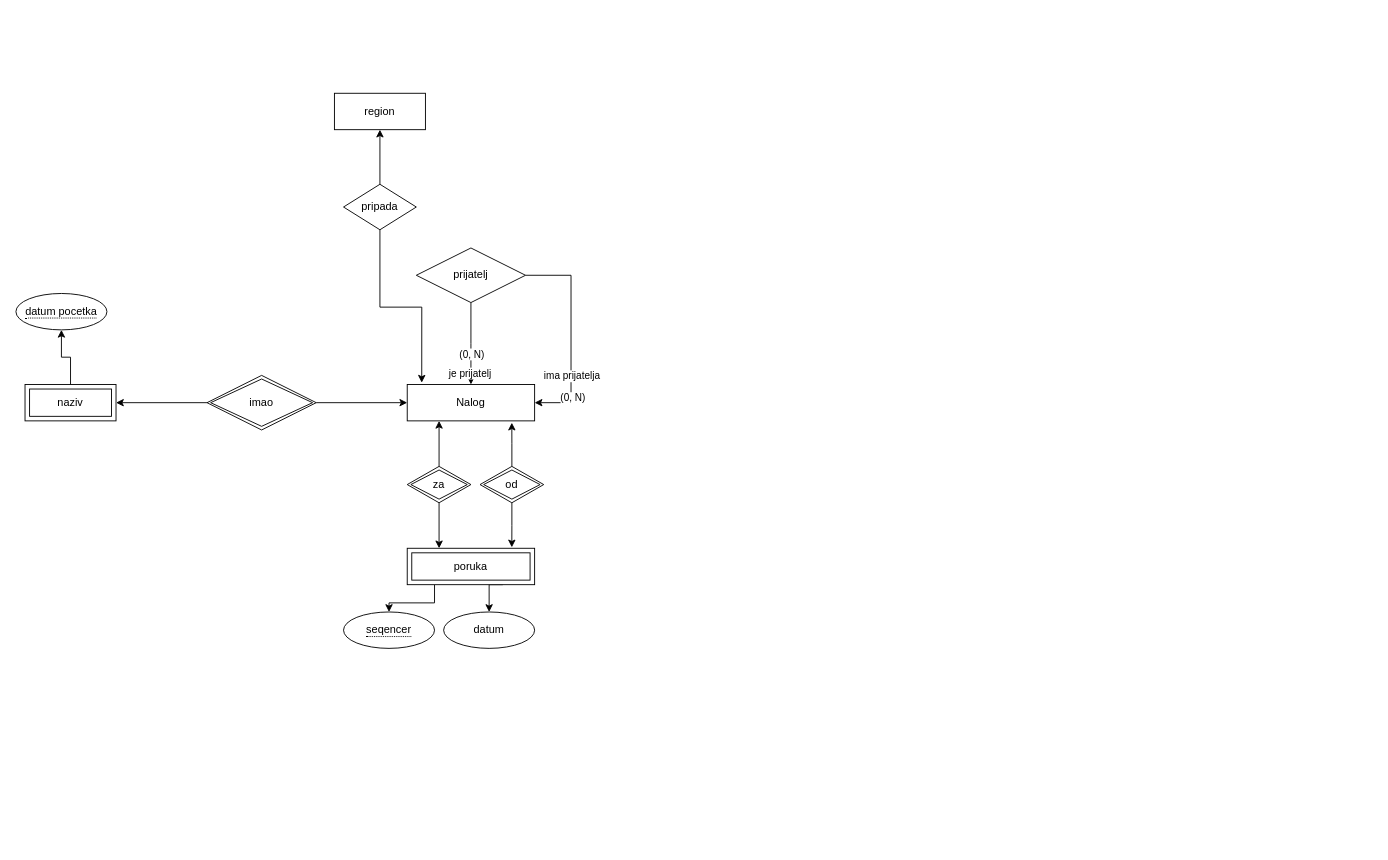
The draw.io diagram Untitled Diagram.drawio in BulatovicBalsa/lol-er-model, before the edit. Source tidied: cells renumbered, new cells numbered last; positions are measured from the earlier drawing's top-left corner, leaving out a move shared by most shapes. Both pictures are drawn from the tidied source at 91%, with x=0, y=0 at pixel (15, 93).
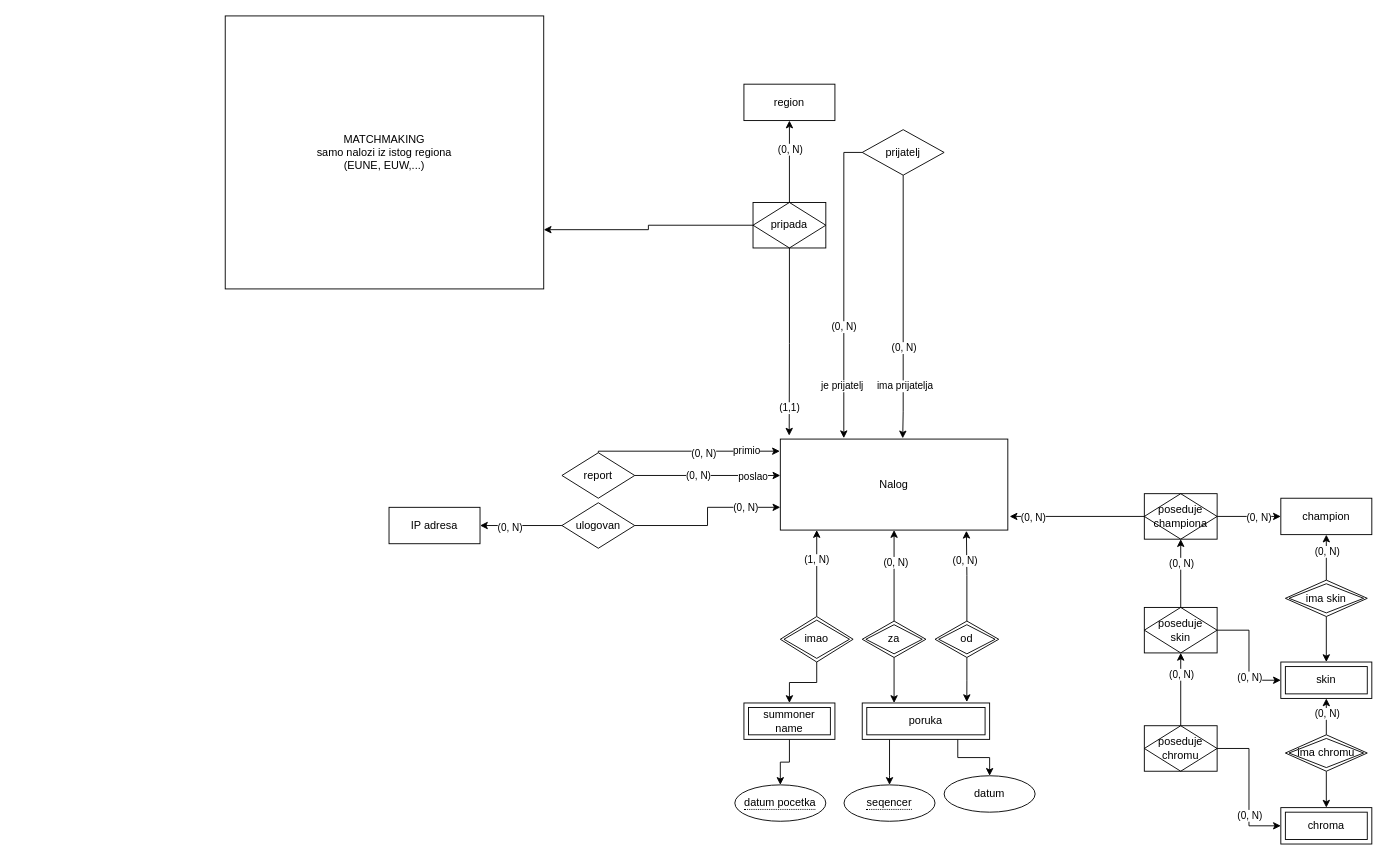
The same page after the edit.

What changed in the source:
```diff
@@
     <mxCell id="2" value="Nalog" style="whiteSpace=wrap;html=1;align=center;" parent="1" vertex="1">
-      <mxGeometry x="430" y="320" width="140" height="40" as="geometry" />
+      <mxGeometry x="840" y="380" width="250" height="100" as="geometry" />
     </mxCell>
-    <mxCell id="3" style="edgeStyle=orthogonalEdgeStyle;rounded=0;jettySize=auto;html=1;entryX=1;entryY=0.5;entryDx=0;entryDy=0;exitX=1;exitY=0.5;exitDx=0;exitDy=0;" parent="1" edge="1" source="9" target="2">
+    <mxCell id="3" style="edgeStyle=orthogonalEdgeStyle;rounded=0;jettySize=auto;html=1;exitX=0.5;exitY=1;exitDx=0;exitDy=0;entryX=0.538;entryY=-0.008;entryDx=0;entryDy=0;entryPerimeter=0;" parent="1" edge="1" source="9" target="2">
       <mxGeometry relative="1" as="geometry">
         <Array as="points">
-          <mxPoint x="610" y="200" />
-          <mxPoint x="610" y="340" />
+          <mxPoint x="975" y="350" />
         </Array>
       </mxGeometry>
     </mxCell>
-    <mxCell id="4" value="ima prijatelja" style="edgeLabel;html=1;align=center;verticalAlign=middle;" parent="3" vertex="1">
-      <mxGeometry x="0.39" relative="1" as="geometry" />
+    <mxCell id="4" value="(0, N)" style="edgeLabel;html=1;align=center;verticalAlign=middle;" parent="3" vertex="1">
+      <mxGeometry x="0.39" relative="1" as="geometry">
+        <mxPoint y="-12" as="offset" />
+      </mxGeometry>
     </mxCell>
-    <mxCell id="5" value="(0, N)" style="edgeLabel;html=1;align=center;verticalAlign=middle;" parent="3" vertex="1">
+    <mxCell id="5" value="ima prijatelja" style="edgeLabel;html=1;align=center;verticalAlign=middle;" parent="3" vertex="1">
       <mxGeometry x="0.6" y="1" relative="1" as="geometry" />
     </mxCell>
-    <mxCell id="6" style="edgeStyle=orthogonalEdgeStyle;rounded=0;jettySize=auto;html=1;exitX=0.5;exitY=1;exitDx=0;exitDy=0;entryX=0.5;entryY=0;entryDx=0;entryDy=0;" parent="1" edge="1" source="9">
+    <mxCell id="6" style="edgeStyle=orthogonalEdgeStyle;rounded=0;jettySize=auto;html=1;exitX=0;exitY=0.5;exitDx=0;exitDy=0;entryX=0.279;entryY=-0.01;entryDx=0;entryDy=0;entryPerimeter=0;" parent="1" edge="1" source="9" target="2">
       <mxGeometry relative="1" as="geometry">
-        <mxPoint x="500" y="320" as="targetPoint" />
+        <Array as="points">
+          <mxPoint x="910" y="65" />
+        </Array>
       </mxGeometry>
     </mxCell>
     <mxCell id="7" value="je prijatelj" style="edgeLabel;html=1;align=center;verticalAlign=middle;" parent="6" vertex="1">
-      <mxGeometry x="0.73" y="-2" relative="1" as="geometry" />
+      <mxGeometry x="0.73" y="-2" relative="1" as="geometry">
+        <mxPoint y="-12" as="offset" />
+      </mxGeometry>
     </mxCell>
@@
     <mxCell id="9" value="prijatelj" style="shape=rhombus;perimeter=rhombusPerimeter;whiteSpace=wrap;html=1;align=center;" parent="1" vertex="1">
-      <mxGeometry x="440" y="170" width="120" height="60" as="geometry" />
+      <mxGeometry x="930" y="40" width="90" height="50" as="geometry" />
     </mxCell>
-    <mxCell id="10" style="edgeStyle=orthogonalEdgeStyle;rounded=0;jettySize=auto;html=1;entryX=0.25;entryY=1;entryDx=0;entryDy=0;" parent="1" edge="1" source="12" target="2">
+    <mxCell id="10" style="edgeStyle=orthogonalEdgeStyle;rounded=0;jettySize=auto;html=1;entryX=0.5;entryY=1;entryDx=0;entryDy=0;" parent="1" edge="1" source="12" target="2">
       <mxGeometry relative="1" as="geometry" />
     </mxCell>
+    <mxCell id="31" value="(0, N)" style="edgeLabel;html=1;align=center;verticalAlign=middle;" parent="10" vertex="1">
+      <mxGeometry x="0.3" y="-1" relative="1" as="geometry" />
+    </mxCell>
@@
     <mxCell id="12" value="za" style="shape=rhombus;double=1;perimeter=rhombusPerimeter;whiteSpace=wrap;html=1;align=center;" parent="1" vertex="1">
-      <mxGeometry x="430" y="410" width="70" height="40" as="geometry" />
+      <mxGeometry x="930" y="580" width="70" height="40" as="geometry" />
     </mxCell>
-    <mxCell id="13" style="edgeStyle=orthogonalEdgeStyle;rounded=0;jettySize=auto;html=1;entryX=0.821;entryY=1.05;entryDx=0;entryDy=0;entryPerimeter=0;" parent="1" edge="1" source="15" target="2">
+    <mxCell id="13" style="edgeStyle=orthogonalEdgeStyle;rounded=0;jettySize=auto;html=1;entryX=0.818;entryY=1.008;entryDx=0;entryDy=0;entryPerimeter=0;" parent="1" edge="1" source="15" target="2">
       <mxGeometry relative="1" as="geometry" />
     </mxCell>
+    <mxCell id="32" value="(0, N)" style="edgeLabel;html=1;align=center;verticalAlign=middle;" parent="13" vertex="1">
+      <mxGeometry x="0.35" y="2" relative="1" as="geometry" />
+    </mxCell>
@@
     <mxCell id="15" value="od" style="shape=rhombus;double=1;perimeter=rhombusPerimeter;whiteSpace=wrap;html=1;align=center;" parent="1" vertex="1">
-      <mxGeometry x="510" y="410" width="70" height="40" as="geometry" />
+      <mxGeometry x="1010" y="580" width="70" height="40" as="geometry" />
     </mxCell>
     <mxCell id="16" style="edgeStyle=orthogonalEdgeStyle;rounded=0;jettySize=auto;html=1;entryX=0.5;entryY=0;entryDx=0;entryDy=0;" parent="1" edge="1" source="18" target="19">
       <mxGeometry relative="1" as="geometry">
         <Array as="points">
-          <mxPoint x="460" y="560" />
-          <mxPoint x="410" y="560" />
+          <mxPoint x="960" y="750" />
+          <mxPoint x="960" y="750" />
         </Array>
       </mxGeometry>
     </mxCell>
@@
     <mxCell id="18" value="poruka" style="shape=ext;margin=3;double=1;whiteSpace=wrap;html=1;align=center;" parent="1" vertex="1">
-      <mxGeometry x="430" y="500" width="140" height="40" as="geometry" />
+      <mxGeometry x="930" y="670" width="140" height="40" as="geometry" />
     </mxCell>
     <mxCell id="19" value="&lt;span style=&quot;border-bottom: 1px dotted&quot;&gt;seqencer&lt;/span&gt;" style="ellipse;whiteSpace=wrap;html=1;align=center;" parent="1" vertex="1">
-      <mxGeometry x="360" y="570" width="100" height="40" as="geometry" />
+      <mxGeometry x="910" y="760" width="100" height="40" as="geometry" />
     </mxCell>
     <mxCell id="20" value="datum" style="ellipse;whiteSpace=wrap;html=1;align=center;" parent="1" vertex="1">
-      <mxGeometry x="470" y="570" width="100" height="40" as="geometry" />
+      <mxGeometry x="1020" y="750" width="100" height="40" as="geometry" />
     </mxCell>
-    <mxCell id="21" style="edgeStyle=orthogonalEdgeStyle;rounded=0;jettySize=auto;html=1;" parent="1" edge="1" source="23" target="2">
-      <mxGeometry relative="1" as="geometry" />
-    </mxCell>
-    <mxCell id="22" style="edgeStyle=orthogonalEdgeStyle;rounded=0;jettySize=auto;html=1;" parent="1" edge="1" source="23" target="25">
-      <mxGeometry relative="1" as="geometry" />
-    </mxCell>
-    <mxCell id="23" value="imao" style="shape=rhombus;double=1;perimeter=rhombusPerimeter;whiteSpace=wrap;html=1;align=center;" parent="1" vertex="1">
-      <mxGeometry x="210" y="310" width="120" height="60" as="geometry" />
-    </mxCell>
-    <mxCell id="24" style="edgeStyle=orthogonalEdgeStyle;rounded=0;jettySize=auto;html=1;" parent="1" edge="1" source="25" target="26">
-      <mxGeometry relative="1" as="geometry" />
-    </mxCell>
-    <mxCell id="25" value="naziv" style="shape=ext;margin=3;double=1;whiteSpace=wrap;html=1;align=center;" parent="1" vertex="1">
-      <mxGeometry x="10" y="320" width="100" height="40" as="geometry" />
-    </mxCell>
-    <mxCell id="26" value="&lt;span style=&quot;border-bottom: 1px dotted&quot;&gt;datum pocetka&lt;/span&gt;" style="ellipse;whiteSpace=wrap;html=1;align=center;" parent="1" vertex="1">
-      <mxGeometry y="220" width="100" height="40" as="geometry" />
-    </mxCell>
     <mxCell id="27" value="region" style="whiteSpace=wrap;html=1;align=center;" parent="1" vertex="1">
-      <mxGeometry x="350" width="100" height="40" as="geometry" />
+      <mxGeometry x="800" y="-10" width="100" height="40" as="geometry" />
     </mxCell>
-    <mxCell id="28" style="edgeStyle=orthogonalEdgeStyle;rounded=0;jettySize=auto;html=1;" parent="1" edge="1" source="30" target="27">
+    <mxCell id="28" style="edgeStyle=orthogonalEdgeStyle;rounded=0;jettySize=auto;html=1;exitX=0.5;exitY=0;exitDx=0;exitDy=0;exitPerimeter=0;" parent="1" edge="1" source="30" target="27">
       <mxGeometry relative="1" as="geometry" />
     </mxCell>
+    <mxCell id="33" value="(0, N)" style="edgeLabel;html=1;align=center;verticalAlign=middle;" parent="28" vertex="1">
+      <mxGeometry x="0.3" y="2" relative="1" as="geometry">
+        <mxPoint x="2" as="offset" />
+      </mxGeometry>
+    </mxCell>
-    <mxCell id="29" style="edgeStyle=orthogonalEdgeStyle;rounded=0;jettySize=auto;html=1;entryX=0.114;entryY=-0.05;entryDx=0;entryDy=0;entryPerimeter=0;" parent="1" edge="1" source="30" target="2">
+    <mxCell id="29" style="edgeStyle=orthogonalEdgeStyle;rounded=0;jettySize=auto;html=1;exitX=0.5;exitY=1;exitDx=0;exitDy=0;entryX=0.039;entryY=-0.038;entryDx=0;entryDy=0;entryPerimeter=0;" parent="1" edge="1" source="30" target="2">
       <mxGeometry relative="1" as="geometry" />
     </mxCell>
+    <mxCell id="34" value="(1,1)" style="edgeLabel;html=1;align=center;verticalAlign=middle;" parent="29" vertex="1">
+      <mxGeometry x="0.71" relative="1" as="geometry" />
+    </mxCell>
+    <mxCell id="35" style="edgeStyle=orthogonalEdgeStyle;rounded=0;jettySize=auto;html=1;entryX=0;entryY=0.5;entryDx=0;entryDy=0;exitX=1;exitY=0.5;exitDx=0;exitDy=0;" parent="1" edge="1" source="52" target="37">
+      <mxGeometry relative="1" as="geometry" />
+    </mxCell>
+    <mxCell id="36" value="(0, N)" style="edgeLabel;html=1;align=center;verticalAlign=middle;" parent="35" vertex="1">
+      <mxGeometry x="0.29" relative="1" as="geometry" />
+    </mxCell>
+    <mxCell id="37" value="champion" style="whiteSpace=wrap;html=1;align=center;" parent="1" vertex="1">
+      <mxGeometry x="1390" y="445" width="100" height="40" as="geometry" />
+    </mxCell>
+    <mxCell id="38" style="edgeStyle=orthogonalEdgeStyle;rounded=0;jettySize=auto;html=1;" parent="1" edge="1" source="41" target="37">
+      <mxGeometry relative="1" as="geometry" />
+    </mxCell>
+    <mxCell id="39" value="(0, N)" style="edgeLabel;html=1;align=center;verticalAlign=middle;" parent="38" vertex="1">
+      <mxGeometry x="0.28" relative="1" as="geometry" />
+    </mxCell>
+    <mxCell id="40" style="edgeStyle=orthogonalEdgeStyle;rounded=0;jettySize=auto;html=1;" parent="1" edge="1" source="41" target="42">
+      <mxGeometry relative="1" as="geometry" />
+    </mxCell>
+    <mxCell id="41" value="ima skin" style="shape=rhombus;double=1;perimeter=rhombusPerimeter;whiteSpace=wrap;html=1;align=center;" parent="1" vertex="1">
+      <mxGeometry x="1395" y="535" width="90" height="40" as="geometry" />
+    </mxCell>
+    <mxCell id="42" value="skin" style="shape=ext;margin=3;double=1;whiteSpace=wrap;html=1;align=center;" parent="1" vertex="1">
+      <mxGeometry x="1390" y="625" width="100" height="40" as="geometry" />
+    </mxCell>
+    <mxCell id="43" style="edgeStyle=orthogonalEdgeStyle;rounded=0;jettySize=auto;html=1;entryX=0.5;entryY=1;entryDx=0;entryDy=0;exitX=0.5;exitY=0;exitDx=0;exitDy=0;" parent="1" edge="1" source="55" target="52">
+      <mxGeometry relative="1" as="geometry" />
+    </mxCell>
+    <mxCell id="44" value="(0, N)" style="edgeLabel;html=1;align=center;verticalAlign=middle;" parent="43" vertex="1">
+      <mxGeometry x="0.3" relative="1" as="geometry" />
+    </mxCell>
+    <mxCell id="45" value="chroma" style="shape=ext;margin=3;double=1;whiteSpace=wrap;html=1;align=center;" parent="1" vertex="1">
+      <mxGeometry x="1390" y="785" width="100" height="40" as="geometry" />
+    </mxCell>
+    <mxCell id="46" style="edgeStyle=orthogonalEdgeStyle;rounded=0;jettySize=auto;html=1;" parent="1" edge="1" source="49" target="42">
+      <mxGeometry relative="1" as="geometry" />
+    </mxCell>
+    <mxCell id="47" value="(0, N)" style="edgeLabel;html=1;align=center;verticalAlign=middle;" parent="46" vertex="1">
+      <mxGeometry x="0.18" relative="1" as="geometry" />
+    </mxCell>
+    <mxCell id="48" style="edgeStyle=orthogonalEdgeStyle;rounded=0;jettySize=auto;html=1;" parent="1" edge="1" source="49" target="45">
+      <mxGeometry relative="1" as="geometry" />
+    </mxCell>
+    <mxCell id="49" value="ima chromu" style="shape=rhombus;double=1;perimeter=rhombusPerimeter;whiteSpace=wrap;html=1;align=center;" parent="1" vertex="1">
+      <mxGeometry x="1395" y="705" width="90" height="40" as="geometry" />
+    </mxCell>
+    <mxCell id="50" style="edgeStyle=orthogonalEdgeStyle;rounded=0;jettySize=auto;html=1;entryX=1.008;entryY=0.85;entryDx=0;entryDy=0;entryPerimeter=0;" parent="1" edge="1" source="52" target="2">
+      <mxGeometry relative="1" as="geometry" />
+    </mxCell>
+    <mxCell id="51" value="(0, N)" style="edgeLabel;html=1;align=center;verticalAlign=middle;" parent="50" vertex="1">
+      <mxGeometry x="0.66" relative="1" as="geometry" />
+    </mxCell>
+    <mxCell id="52" value="poseduje&lt;br style=&quot;border-color: var(--border-color);&quot;&gt;championa" style="shape=associativeEntity;whiteSpace=wrap;html=1;align=center;" parent="1" vertex="1">
+      <mxGeometry x="1240" y="440" width="80" height="50" as="geometry" />
+    </mxCell>
+    <mxCell id="53" style="edgeStyle=orthogonalEdgeStyle;rounded=0;jettySize=auto;html=1;entryX=0;entryY=0.5;entryDx=0;entryDy=0;" parent="1" edge="1" source="55" target="42">
+      <mxGeometry relative="1" as="geometry" />
+    </mxCell>
+    <mxCell id="54" value="(0, N)" style="edgeLabel;html=1;align=center;verticalAlign=middle;" parent="53" vertex="1">
+      <mxGeometry x="0.37" relative="1" as="geometry" />
+    </mxCell>
+    <mxCell id="55" value="poseduje&lt;br style=&quot;border-color: var(--border-color);&quot;&gt;skin" style="shape=associativeEntity;whiteSpace=wrap;html=1;align=center;" parent="1" vertex="1">
+      <mxGeometry x="1240" y="565" width="80" height="50" as="geometry" />
+    </mxCell>
+    <mxCell id="56" style="edgeStyle=orthogonalEdgeStyle;rounded=0;jettySize=auto;html=1;entryX=0;entryY=0.5;entryDx=0;entryDy=0;" parent="1" edge="1" source="60" target="45">
+      <mxGeometry relative="1" as="geometry" />
+    </mxCell>
+    <mxCell id="57" value="(0, N)" style="edgeLabel;html=1;align=center;verticalAlign=middle;" parent="56" vertex="1">
+      <mxGeometry x="0.39" relative="1" as="geometry" />
+    </mxCell>
+    <mxCell id="58" style="edgeStyle=orthogonalEdgeStyle;rounded=0;jettySize=auto;html=1;" parent="1" edge="1" source="60" target="55">
+      <mxGeometry relative="1" as="geometry" />
+    </mxCell>
+    <mxCell id="59" value="(0, N)" style="edgeLabel;html=1;align=center;verticalAlign=middle;" parent="58" vertex="1">
+      <mxGeometry x="0.66" y="1" relative="1" as="geometry">
+        <mxPoint x="1" y="9" as="offset" />
+      </mxGeometry>
+    </mxCell>
+    <mxCell id="60" value="poseduje&lt;br style=&quot;border-color: var(--border-color);&quot;&gt;chromu" style="shape=associativeEntity;whiteSpace=wrap;html=1;align=center;" parent="1" vertex="1">
+      <mxGeometry x="1240" y="695" width="80" height="50" as="geometry" />
+    </mxCell>
+    <mxCell id="61" style="edgeStyle=orthogonalEdgeStyle;rounded=0;jettySize=auto;html=1;" parent="1" edge="1" source="23" target="64">
+      <mxGeometry relative="1" as="geometry" />
+    </mxCell>
+    <mxCell id="21" style="edgeStyle=orthogonalEdgeStyle;rounded=0;jettySize=auto;html=1;entryX=0.16;entryY=1;entryDx=0;entryDy=0;entryPerimeter=0;" parent="1" edge="1" source="23" target="2">
+      <mxGeometry relative="1" as="geometry" />
+    </mxCell>
+    <mxCell id="62" value="(1, N)" style="edgeLabel;html=1;align=center;verticalAlign=middle;" parent="21" vertex="1">
+      <mxGeometry x="0.33" y="1" relative="1" as="geometry" />
+    </mxCell>
+    <mxCell id="23" value="imao" style="shape=rhombus;double=1;perimeter=rhombusPerimeter;whiteSpace=wrap;html=1;align=center;" parent="1" vertex="1">
+      <mxGeometry x="840" y="575" width="80" height="50" as="geometry" />
+    </mxCell>
+    <mxCell id="63" style="edgeStyle=orthogonalEdgeStyle;rounded=0;jettySize=auto;html=1;" parent="1" edge="1" source="64" target="26">
+      <mxGeometry relative="1" as="geometry" />
+    </mxCell>
+    <mxCell id="64" value="summoner name" style="shape=ext;margin=3;double=1;whiteSpace=wrap;html=1;align=center;" parent="1" vertex="1">
+      <mxGeometry x="800" y="670" width="100" height="40" as="geometry" />
+    </mxCell>
+    <mxCell id="26" value="&lt;span style=&quot;border-bottom: 1px dotted&quot;&gt;datum pocetka&lt;/span&gt;" style="ellipse;whiteSpace=wrap;html=1;align=center;" parent="1" vertex="1">
+      <mxGeometry x="790" y="760" width="100" height="40" as="geometry" />
+    </mxCell>
+    <mxCell id="65" style="edgeStyle=orthogonalEdgeStyle;rounded=0;jettySize=auto;html=1;exitX=0.5;exitY=0;exitDx=0;exitDy=0;entryX=-0.002;entryY=0.133;entryDx=0;entryDy=0;entryPerimeter=0;" parent="1" edge="1" source="71" target="2">
+      <mxGeometry relative="1" as="geometry">
+        <Array as="points">
+          <mxPoint x="640" y="393" />
+        </Array>
+      </mxGeometry>
+    </mxCell>
+    <mxCell id="66" value="primio" style="edgeLabel;html=1;align=center;verticalAlign=middle;" parent="65" vertex="1">
+      <mxGeometry x="0.49" y="1" relative="1" as="geometry">
+        <mxPoint x="14" as="offset" />
+      </mxGeometry>
+    </mxCell>
+    <mxCell id="67" value="(0, N)" style="edgeLabel;html=1;align=center;verticalAlign=middle;" parent="65" vertex="1">
+      <mxGeometry x="0.16" y="-2" relative="1" as="geometry" />
+    </mxCell>
+    <mxCell id="68" style="edgeStyle=orthogonalEdgeStyle;rounded=0;jettySize=auto;html=1;entryX=0;entryY=0.4;entryDx=0;entryDy=0;entryPerimeter=0;" parent="1" edge="1" source="71" target="2">
+      <mxGeometry relative="1" as="geometry" />
+    </mxCell>
+    <mxCell id="69" value="poslao" style="edgeLabel;html=1;align=center;verticalAlign=middle;" parent="68" vertex="1">
+      <mxGeometry x="0.61" relative="1" as="geometry" />
+    </mxCell>
+    <mxCell id="70" value="(0, N)" style="edgeLabel;html=1;align=center;verticalAlign=middle;" parent="68" vertex="1">
+      <mxGeometry x="-0.14" y="1" relative="1" as="geometry" />
+    </mxCell>
+    <mxCell id="71" value="report" style="rhombus;whiteSpace=wrap;html=1;" parent="1" vertex="1">
+      <mxGeometry x="600" y="395" width="80" height="50" as="geometry" />
+    </mxCell>
+    <mxCell id="72" value="MATCHMAKING&lt;br&gt;samo nalozi iz istog regiona&lt;br&gt;(EUNE, EUW,...)" style="rounded=0;whiteSpace=wrap;html=1;" parent="1" vertex="1">
+      <mxGeometry x="230" y="-85" width="350" height="300" as="geometry" />
+    </mxCell>
+    <mxCell id="73" style="edgeStyle=orthogonalEdgeStyle;rounded=0;jettySize=auto;html=1;entryX=1;entryY=0.783;entryDx=0;entryDy=0;entryPerimeter=0;" parent="1" edge="1" source="30" target="72">
+      <mxGeometry relative="1" as="geometry" />
+    </mxCell>
-    <mxCell id="30" value="pripada" style="rhombus;whiteSpace=wrap;html=1;" parent="1" vertex="1">
-      <mxGeometry x="360" y="100" width="80" height="50" as="geometry" />
+    <mxCell id="30" value="pripada" style="shape=associativeEntity;whiteSpace=wrap;html=1;align=center;" parent="1" vertex="1">
+      <mxGeometry x="810" y="120" width="80" height="50" as="geometry" />
     </mxCell>
+    <mxCell id="74" style="edgeStyle=orthogonalEdgeStyle;rounded=0;jettySize=auto;html=1;entryX=0;entryY=0.75;entryDx=0;entryDy=0;" parent="1" edge="1" source="78" target="2">
+      <mxGeometry relative="1" as="geometry" />
+    </mxCell>
+    <mxCell id="75" value="(0, N)" style="edgeLabel;html=1;align=center;verticalAlign=middle;" parent="74" vertex="1">
+      <mxGeometry x="0.74" y="-1" relative="1" as="geometry">
+        <mxPoint x="-16" y="-1" as="offset" />
+      </mxGeometry>
+    </mxCell>
+    <mxCell id="76" style="edgeStyle=orthogonalEdgeStyle;rounded=0;jettySize=auto;html=1;" parent="1" edge="1" source="78" target="79">
+      <mxGeometry relative="1" as="geometry" />
+    </mxCell>
+    <mxCell id="77" value="(0, N)" style="edgeLabel;html=1;align=center;verticalAlign=middle;" parent="76" vertex="1">
+      <mxGeometry x="0.29" y="1" relative="1" as="geometry" />
+    </mxCell>
+    <mxCell id="78" value="ulogovan" style="rhombus;whiteSpace=wrap;html=1;" parent="1" vertex="1">
+      <mxGeometry x="600" y="450" width="80" height="50" as="geometry" />
+    </mxCell>
+    <mxCell id="79" value="IP adresa" style="whiteSpace=wrap;html=1;align=center;" parent="1" vertex="1">
+      <mxGeometry x="410" y="455" width="100" height="40" as="geometry" />
+    </mxCell>
```
